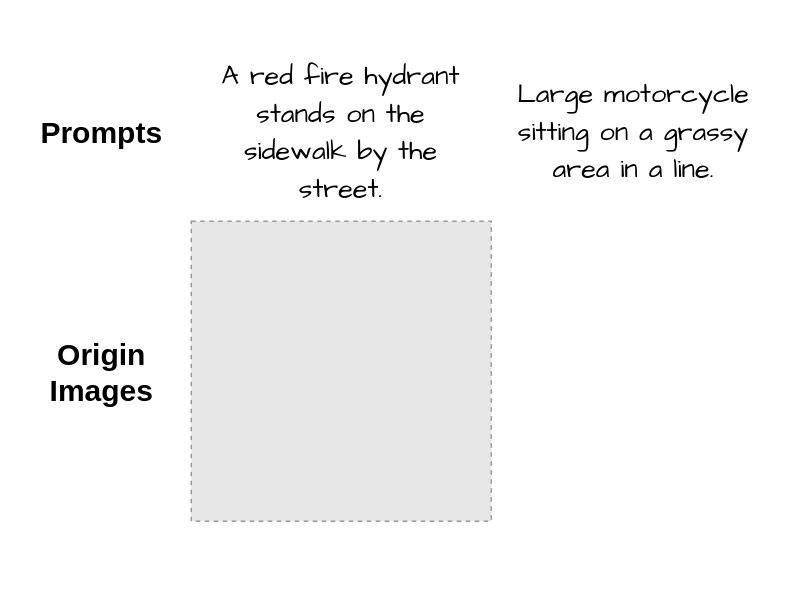
Earlier version of the draw.io diagram adjoint_aes_show.drawio (zituitui/drawio). Source tidied: cells renumbered, new cells numbered last; positions are measured from the earlier drawing's top-left corner, leaving out a move shared by most shapes. Both pictures are drawn from the tidied source at 150%, with x=0, y=0 at pixel (26, 26). Pictures stored in the file or linked from it are replaced by grey dashed boxes.
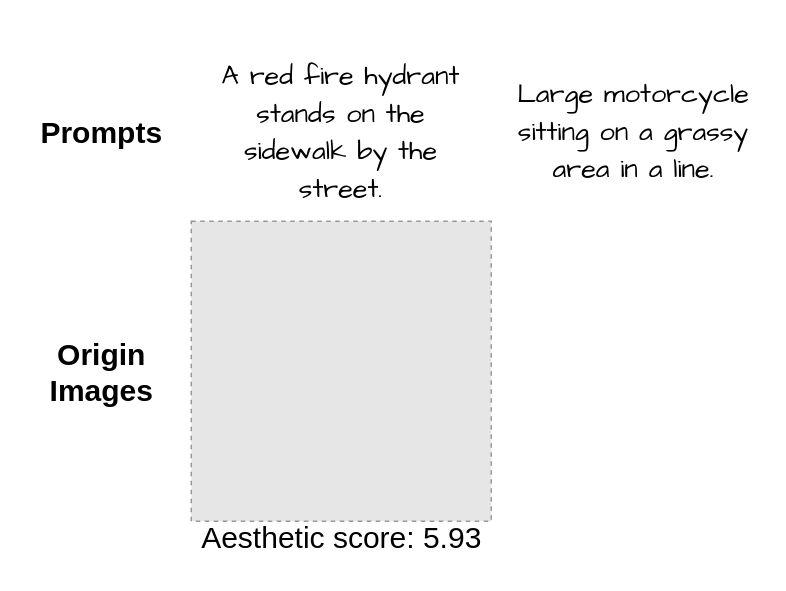
The same diagram, later.

Diff of the diagram source:
```diff
@@
 <mxGraphModel>
   <root>
     <mxCell id="0" />
     <mxCell id="1" parent="0" />
     <mxCell id="2" value="&lt;font style=&quot;font-size: 20px;&quot;&gt;&lt;b&gt;Prompts&lt;/b&gt;&lt;/font&gt;" style="text;html=1;align=center;verticalAlign=middle;strokeColor=none;fillColor=none;" parent="1" vertex="1">
       <mxGeometry y="50" width="100" height="40" as="geometry" />
     </mxCell>
     <mxCell id="3" value="&lt;p style=&quot;margin: 0px; font-variant-numeric: normal; font-variant-east-asian: normal; font-variant-alternates: normal; font-size-adjust: none; font-kerning: auto; font-optical-sizing: auto; font-feature-settings: normal; font-variation-settings: normal; font-variant-position: normal; font-stretch: normal; line-height: normal; font-size: 18px;&quot; class=&quot;p1&quot;&gt;&lt;font face=&quot;Comic Sans MS&quot; style=&quot;font-size: 18px;&quot;&gt;A red fire hydrant stands on the sidewalk by the street.&lt;/font&gt;&lt;/p&gt;" style="rounded=0;whiteSpace=wrap;html=1;fontColor=default;strokeColor=none;fillColor=none;align=center;fontSize=18;" parent="1" vertex="1">
       <mxGeometry x="125" width="170" height="140" as="geometry" />
     </mxCell>
     <mxCell id="4" value="&lt;p style=&quot;margin: 0px; font-variant-numeric: normal; font-variant-east-asian: normal; font-variant-alternates: normal; font-size-adjust: none; font-kerning: auto; font-optical-sizing: auto; font-feature-settings: normal; font-variation-settings: normal; font-variant-position: normal; font-stretch: normal; line-height: normal; font-size: 18px;&quot; class=&quot;p1&quot;&gt;&lt;font face=&quot;Comic Sans MS&quot; style=&quot;font-size: 18px;&quot;&gt;Large motorcycle sitting on a grassy area in a line.&lt;/font&gt;&lt;/p&gt;" style="rounded=0;whiteSpace=wrap;html=1;fontColor=default;strokeColor=none;fillColor=none;align=center;fontSize=18;" parent="1" vertex="1">
       <mxGeometry x="320" width="170" height="140" as="geometry" />
     </mxCell>
     <mxCell id="5" style="fillColor=#E6E6E6;strokeColor=#999999;dashed=1;verticalLabelPosition=bottom;labelBackgroundColor=default;verticalAlign=top;" parent="1" vertex="1">
       <mxGeometry x="110" y="130" width="200" height="200" as="geometry" />
     </mxCell>
     <mxCell id="6" value="&lt;font style=&quot;font-size: 20px;&quot;&gt;&lt;b&gt;Origin&lt;/b&gt;&lt;/font&gt;&lt;div&gt;&lt;font style=&quot;font-size: 20px;&quot;&gt;&lt;b&gt;Images&lt;/b&gt;&lt;/font&gt;&lt;/div&gt;" style="text;html=1;align=center;verticalAlign=middle;strokeColor=none;fillColor=none;" parent="1" vertex="1">
       <mxGeometry x="5" y="200" width="90" height="60" as="geometry" />
     </mxCell>
+    <mxCell id="7" value="&lt;span style=&quot;font-size: 20px;&quot;&gt;Aesthetic score: 5.93&lt;/span&gt;" style="text;html=1;align=center;verticalAlign=middle;strokeColor=none;fillColor=none;" parent="1" vertex="1">
+      <mxGeometry x="105" y="320" width="210" height="40" as="geometry" />
+    </mxCell>
   </root>
 </mxGraphModel>
```
